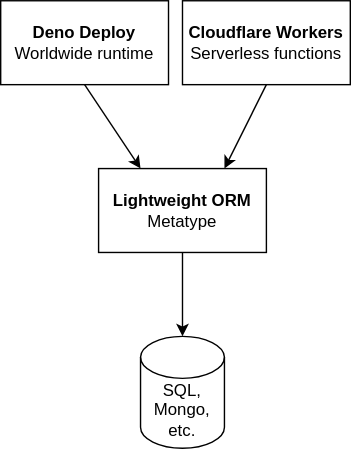
Before: website/use-cases/orm-for-the-edge/image.drawio.svg, a diagram exported from draw.io (metatypedev/metatype). Source tidied: cells renumbered, new cells last; positions are measured from the earlier drawing's top-left corner, leaving out a move shared by most shapes. Source of this version:
```xml
<mxGraphModel>
  <root>
    <mxCell id="0" />
    <mxCell id="1" parent="0" />
    <mxCell id="2" style="edgeStyle=none;html=1;exitX=0.5;exitY=1;exitDx=0;exitDy=0;entryX=0.25;entryY=0;entryDx=0;entryDy=0;" parent="1" edge="1" source="3" target="5">
      <mxGeometry x="-0.12" relative="1" as="geometry" />
    </mxCell>
    <mxCell id="3" value="&lt;b&gt;Deno Deploy&lt;/b&gt;&lt;br&gt;Worldwide runtime" style="rounded=0;whiteSpace=wrap;html=1;" parent="1" vertex="1">
      <mxGeometry width="120" height="60" as="geometry" />
    </mxCell>
    <mxCell id="4" style="edgeStyle=none;html=1;exitX=0.5;exitY=1;exitDx=0;exitDy=0;entryX=0.5;entryY=0;entryDx=0;entryDy=0;entryPerimeter=0;" parent="1" edge="1" source="5" target="6">
      <mxGeometry relative="1" as="geometry" />
    </mxCell>
    <mxCell id="5" value="&lt;b&gt;Lightweight ORM&lt;/b&gt;&lt;br&gt;Metatype" style="rounded=0;whiteSpace=wrap;html=1;" parent="1" vertex="1">
      <mxGeometry x="70" y="120" width="120" height="60" as="geometry" />
    </mxCell>
    <mxCell id="6" value="SQL,&lt;br&gt;Mongo, etc." style="shape=cylinder3;whiteSpace=wrap;html=1;boundedLbl=1;backgroundOutline=1;size=15;" parent="1" vertex="1">
      <mxGeometry x="100" y="240" width="60" height="80" as="geometry" />
    </mxCell>
    <mxCell id="7" style="edgeStyle=none;html=1;exitX=0.5;exitY=1;exitDx=0;exitDy=0;entryX=0.75;entryY=0;entryDx=0;entryDy=0;" parent="1" edge="1" source="8" target="5">
      <mxGeometry relative="1" as="geometry" />
    </mxCell>
    <mxCell id="8" value="&lt;b&gt;Cloudflare Workers&lt;/b&gt;&lt;br&gt;Serverless functions" style="rounded=0;whiteSpace=wrap;html=1;" parent="1" vertex="1">
      <mxGeometry x="130" width="120" height="60" as="geometry" />
    </mxCell>
  </root>
</mxGraphModel>
```
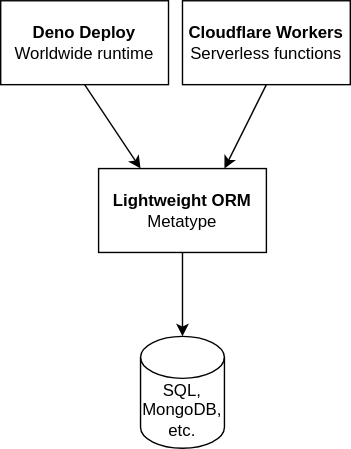
Above is the later version.

What changed in the source:
```diff
@@ -14,7 +14,7 @@
     <mxCell id="5" value="&lt;b&gt;Lightweight ORM&lt;/b&gt;&lt;br&gt;Metatype" style="rounded=0;whiteSpace=wrap;html=1;" parent="1" vertex="1">
       <mxGeometry x="70" y="120" width="120" height="60" as="geometry" />
     </mxCell>
-    <mxCell id="6" value="SQL,&lt;br&gt;Mongo, etc." style="shape=cylinder3;whiteSpace=wrap;html=1;boundedLbl=1;backgroundOutline=1;size=15;" parent="1" vertex="1">
+    <mxCell id="6" value="SQL,&lt;br&gt;MongoDB, etc." style="shape=cylinder3;whiteSpace=wrap;html=1;boundedLbl=1;backgroundOutline=1;size=15;" parent="1" vertex="1">
       <mxGeometry x="100" y="240" width="60" height="80" as="geometry" />
     </mxCell>
     <mxCell id="7" style="edgeStyle=none;html=1;exitX=0.5;exitY=1;exitDx=0;exitDy=0;entryX=0.75;entryY=0;entryDx=0;entryDy=0;" parent="1" edge="1" source="8" target="5">
```
